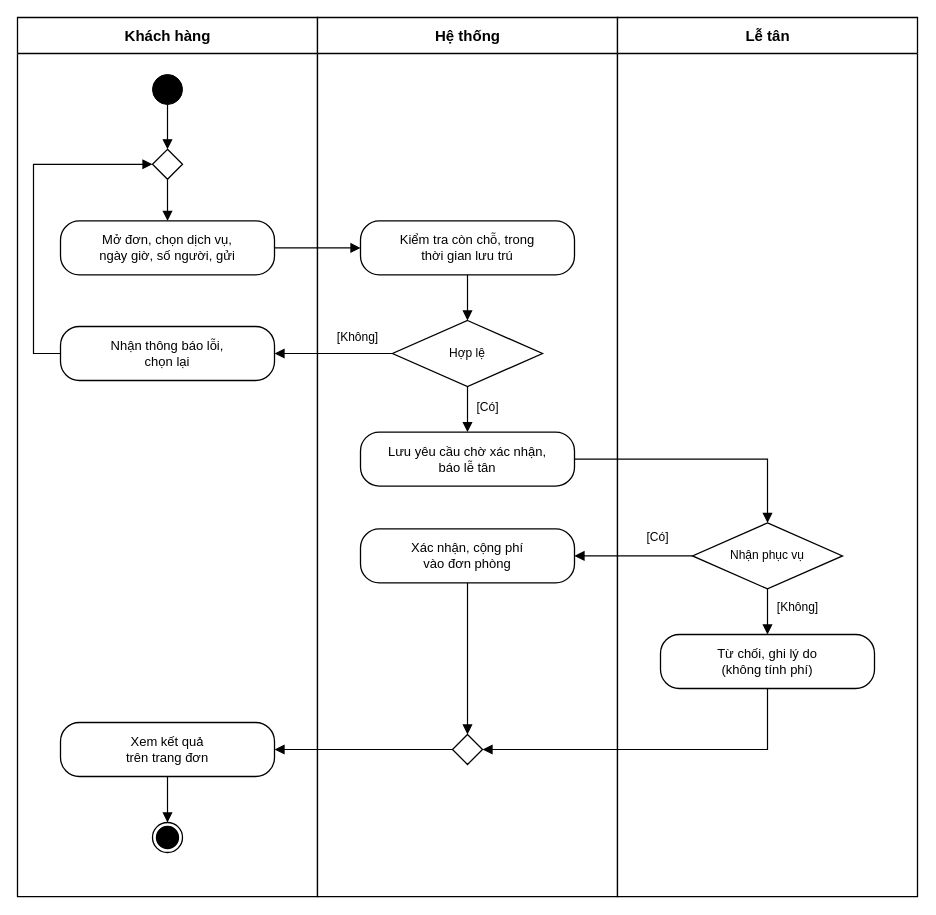
The draw.io diagram docs/thiet-ke/hd-dat-dich-vu.drawio in ngynquchn2511/beach-hotel, before the edit. Source tidied: cells renumbered, new cells numbered last; positions are measured from the earlier drawing's top-left corner, leaving out a move shared by most shapes. Both pictures are drawn from the tidied source at 100%, with x=0, y=0 at pixel (17, 17).
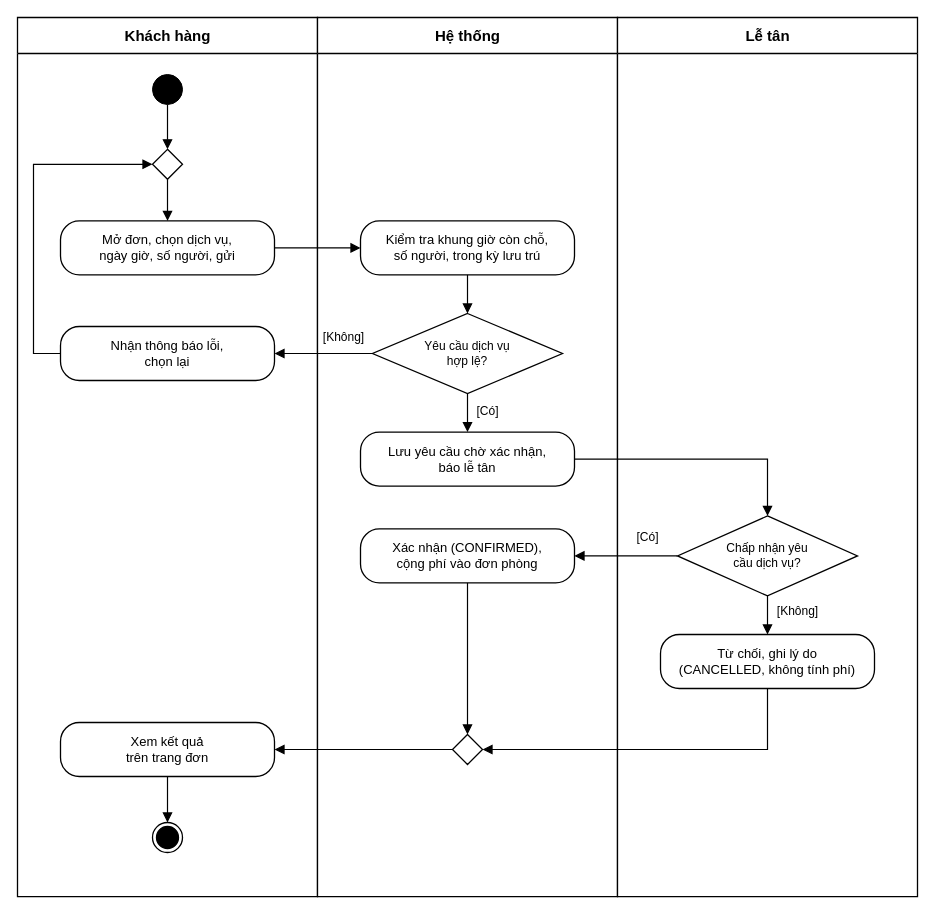
The same page after the edit.

What changed in the source:
```diff
@@
-    <mxCell id="8" value="Kiểm tra còn chỗ, trong&lt;br&gt;thời gian lưu trú" style="fontFamily=Arial;fontColor=#000000;rounded=1;whiteSpace=wrap;html=1;arcSize=35;fillColor=#FFFFFF;strokeColor=#000000;strokeWidth=1.3;fontSize=13;spacing=6;" parent="1" vertex="1">
+    <mxCell id="8" value="Kiểm tra khung giờ còn chỗ,&lt;br&gt;số người, trong kỳ lưu trú" style="fontFamily=Arial;fontColor=#000000;rounded=1;whiteSpace=wrap;html=1;arcSize=35;fillColor=#FFFFFF;strokeColor=#000000;strokeWidth=1.3;fontSize=13;spacing=6;" parent="1" vertex="1">
       <mxGeometry x="343" y="203.4" width="214" height="54" as="geometry" />
     </mxCell>
-    <mxCell id="9" value="Hợp lệ" style="fontFamily=Arial;fontColor=#000000;rhombus;whiteSpace=wrap;html=1;fillColor=#FFFFFF;strokeColor=#000000;strokeWidth=1.3;fontSize=12;" parent="1" vertex="1">
-      <mxGeometry x="375" y="303" width="150" height="66" as="geometry" />
+    <mxCell id="9" value="Yêu cầu dịch vụ&lt;br&gt;hợp lệ?" style="fontFamily=Arial;fontColor=#000000;rhombus;whiteSpace=wrap;html=1;fillColor=#FFFFFF;strokeColor=#000000;strokeWidth=1.3;fontSize=12;" parent="1" vertex="1">
+      <mxGeometry x="355" y="296" width="190" height="80" as="geometry" />
     </mxCell>
@@
-    <mxCell id="12" value="Nhận phục vụ" style="fontFamily=Arial;fontColor=#000000;rhombus;whiteSpace=wrap;html=1;fillColor=#FFFFFF;strokeColor=#000000;strokeWidth=1.3;fontSize=12;" parent="1" vertex="1">
-      <mxGeometry x="675" y="505.4" width="150" height="66" as="geometry" />
+    <mxCell id="12" value="Chấp nhận yêu&lt;br&gt;cầu dịch vụ?" style="fontFamily=Arial;fontColor=#000000;rhombus;whiteSpace=wrap;html=1;fillColor=#FFFFFF;strokeColor=#000000;strokeWidth=1.3;fontSize=12;" parent="1" vertex="1">
+      <mxGeometry x="660" y="498.4" width="180" height="80" as="geometry" />
     </mxCell>
-    <mxCell id="13" value="Xác nhận, cộng phí&lt;br&gt;vào đơn phòng" style="fontFamily=Arial;fontColor=#000000;rounded=1;whiteSpace=wrap;html=1;arcSize=35;fillColor=#FFFFFF;strokeColor=#000000;strokeWidth=1.3;fontSize=13;spacing=6;" parent="1" vertex="1">
+    <mxCell id="13" value="Xác nhận (CONFIRMED),&lt;br&gt;cộng phí vào đơn phòng" style="fontFamily=Arial;fontColor=#000000;rounded=1;whiteSpace=wrap;html=1;arcSize=35;fillColor=#FFFFFF;strokeColor=#000000;strokeWidth=1.3;fontSize=13;spacing=6;" parent="1" vertex="1">
       <mxGeometry x="343" y="511.4" width="214" height="54" as="geometry" />
     </mxCell>
-    <mxCell id="14" value="Từ chối, ghi lý do&lt;br&gt;(không tính phí)" style="fontFamily=Arial;fontColor=#000000;rounded=1;whiteSpace=wrap;html=1;arcSize=35;fillColor=#FFFFFF;strokeColor=#000000;strokeWidth=1.3;fontSize=13;spacing=6;" parent="1" vertex="1">
+    <mxCell id="14" value="Từ chối, ghi lý do&lt;br&gt;(CANCELLED, không tính phí)" style="fontFamily=Arial;fontColor=#000000;rounded=1;whiteSpace=wrap;html=1;arcSize=35;fillColor=#FFFFFF;strokeColor=#000000;strokeWidth=1.3;fontSize=13;spacing=6;" parent="1" vertex="1">
       <mxGeometry x="643" y="617" width="214" height="54" as="geometry" />
     </mxCell>
```
